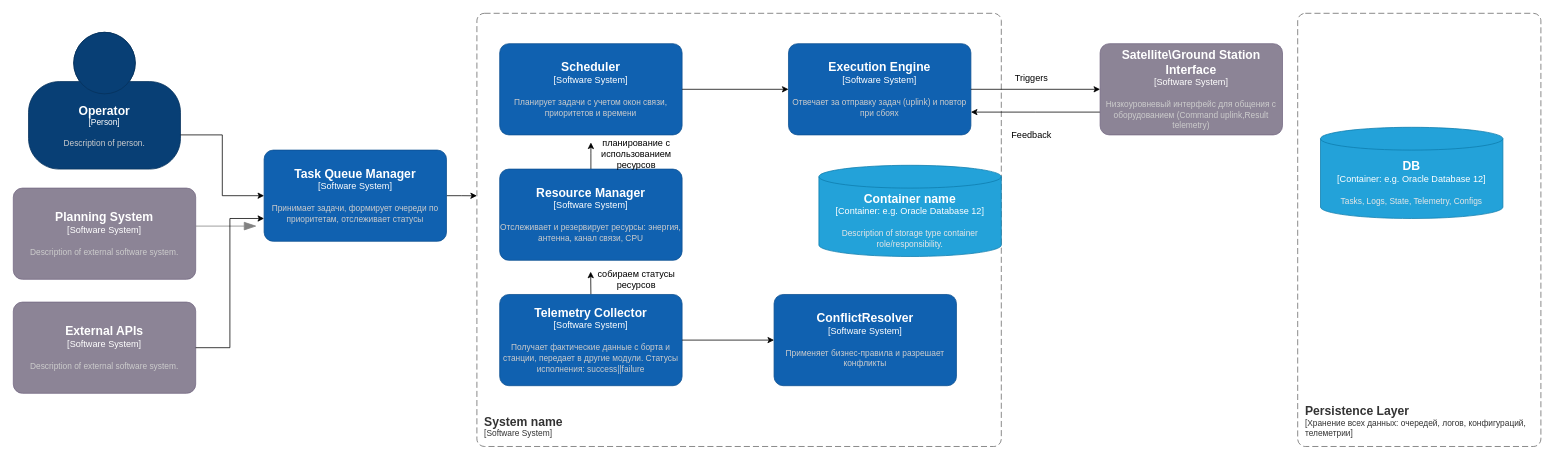
The draw.io diagram sd_satelite.drawio in sokol-t/drawio, before the edit. Source tidied: cells renumbered, new cells numbered last; positions are measured from the earlier drawing's top-left corner, leaving out a move shared by most shapes. Both pictures are drawn from the tidied source at 76%, with x=0, y=0 at pixel (13, 13).
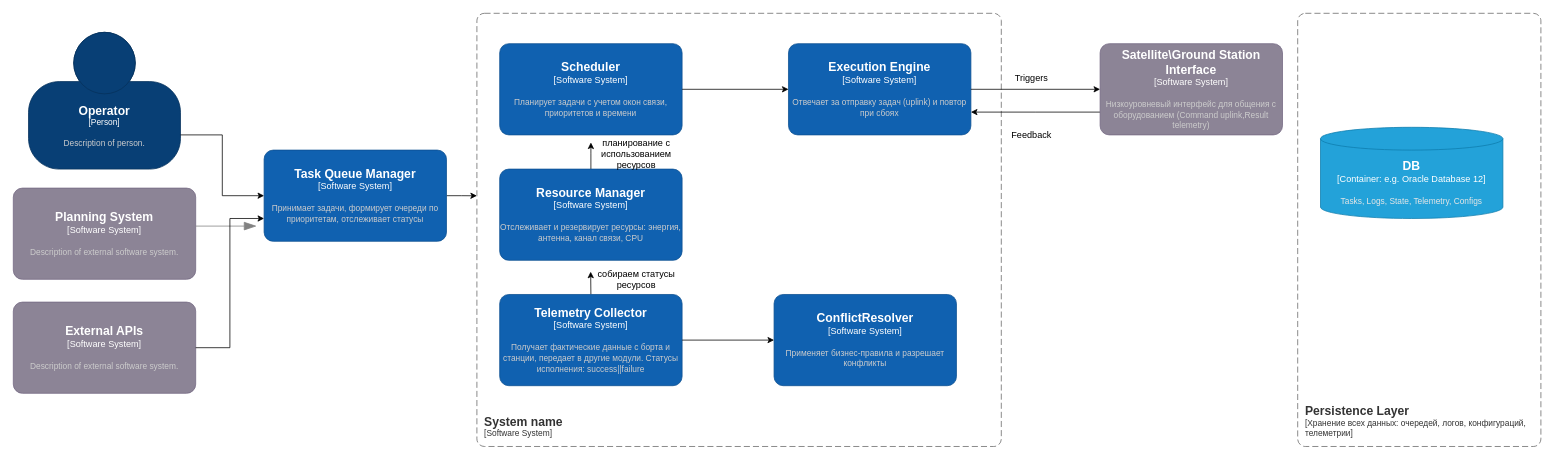
Above is the later version.

Diff of the diagram source:
```diff
@@
-    <object id="28" label="&lt;font style=&quot;font-size: 16px&quot;&gt;&lt;b&gt;%c4Name%&lt;/b&gt;&lt;/font&gt;&lt;div&gt;[%c4Type%:&amp;nbsp;%c4Technology%]&lt;/div&gt;&lt;br&gt;&lt;div&gt;&lt;font style=&quot;font-size: 11px&quot;&gt;&lt;font color=&quot;#E6E6E6&quot;&gt;%c4Description%&lt;/font&gt;&lt;/div&gt;" c4Description="Description of storage type container role/responsibility." c4Name="Container name" c4Technology="e.g. Oracle Database 12" c4Type="Container" placeholders="1">
-      <mxCell style="shape=cylinder3;size=15;whiteSpace=wrap;html=1;boundedLbl=1;rounded=0;labelBackgroundColor=none;fillColor=#23A2D9;fontSize=12;fontColor=#ffffff;align=center;strokeColor=#0E7DAD;" parent="1" vertex="1">
-        <mxGeometry x="1060" y="200" width="240" height="120" as="geometry" />
-      </mxCell>
-    </object>
```
